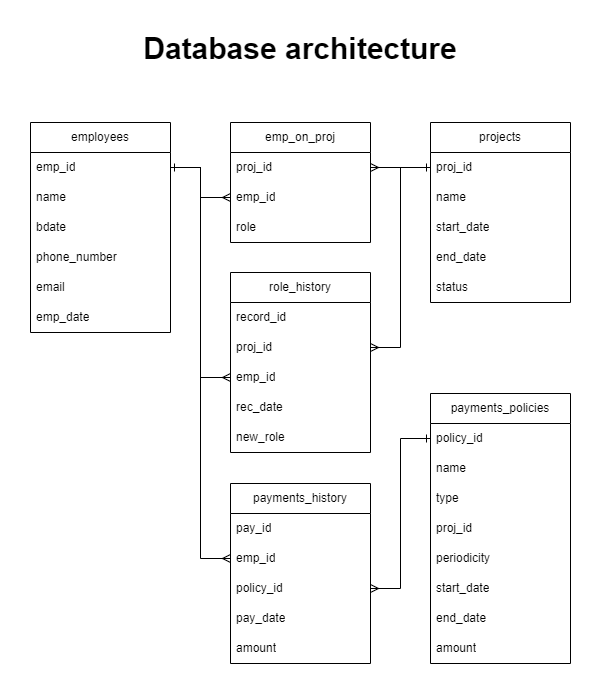
Stevehh251/webjava keeps this draw.io diagram as attach/db_arc.png. Above is the earlier version. Source tidied: cells renumbered, new cells last; positions are measured from the earlier drawing's top-left corner, leaving out a move shared by most shapes.
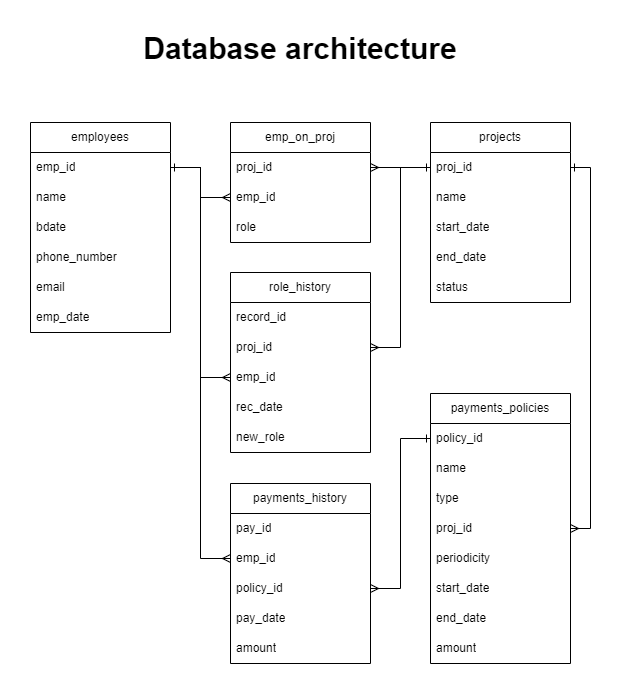
Later version of the same file.

Diff of the diagram source:
```diff
@@ -137,5 +137,13 @@
     <mxCell id="46" style="edgeStyle=orthogonalEdgeStyle;rounded=0;jettySize=auto;html=1;entryX=1;entryY=0.5;entryDx=0;entryDy=0;startArrow=ERone;startFill=0;endArrow=ERmany;endFill=0;" parent="1" edge="1" source="17" target="28">
       <mxGeometry relative="1" as="geometry" />
     </mxCell>
+    <mxCell id="47" style="edgeStyle=orthogonalEdgeStyle;rounded=0;jettySize=auto;html=1;entryX=1;entryY=0.5;entryDx=0;entryDy=0;endArrow=ERone;endFill=0;startArrow=ERmany;startFill=0;" parent="1" edge="1" source="20" target="11">
+      <mxGeometry relative="1" as="geometry">
+        <Array as="points">
+          <mxPoint x="560" y="495" />
+          <mxPoint x="560" y="134" />
+        </Array>
+      </mxGeometry>
+    </mxCell>
   </root>
 </mxGraphModel>
```
